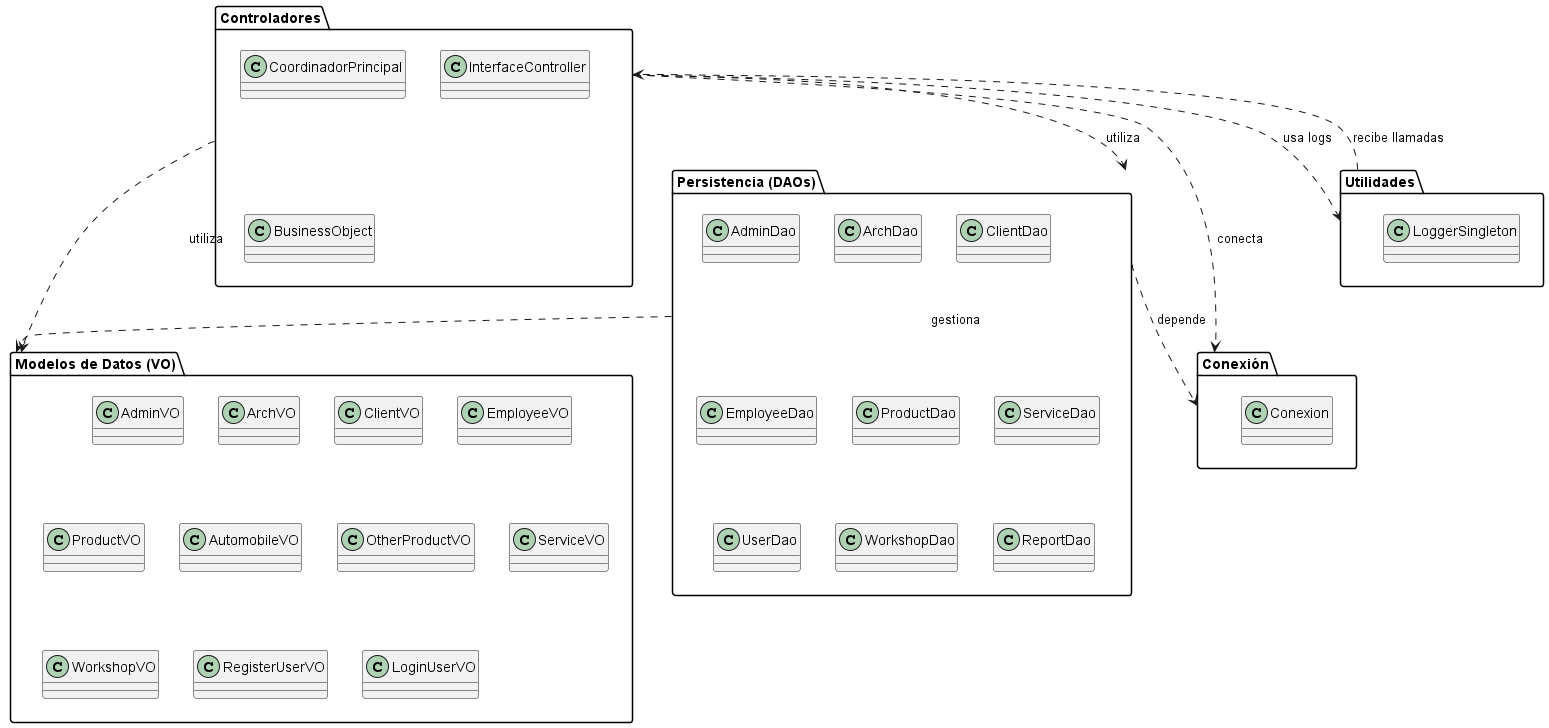
This is out/diagrama_paquetes.png from Mig501/IngSw, a PlantUML export, as it was before one commit. Its diagram source:
```plantuml
@startuml diagrama_paquetes

package "Controladores" {
    class CoordinadorPrincipal
    class InterfaceController
    class BusinessObject
}

package "Persistencia (DAOs)" {
    class AdminDao
    class ArchDao
    class ClientDao
    class EmployeeDao
    class ProductDao
    class ServiceDao
    class UserDao
    class WorkshopDao
    class ReportDao
}

package "Modelos de Datos (VO)" {
    class AdminVO
    class ArchVO
    class ClientVO
    class EmployeeVO
    class ProductVO
    class AutomobileVO
    class OtherProductVO
    class ServiceVO
    class WorkshopVO
    class RegisterUserVO
    class LoginUserVO
}

package "Utilidades" {
    class LoggerSingleton
}

package "Conexión" {
    class Conexion
}

"Controladores" ..> "Persistencia (DAOs)" : utiliza
"Controladores" ..> "Modelos de Datos (VO)" : utiliza
"Persistencia (DAOs)" ..> "Modelos de Datos (VO)" : gestiona
"Controladores" ..> "Conexión" : conecta
"Persistencia (DAOs)" ..> "Conexión" : depende
"Controladores" ..> "Utilidades" : usa logs
"Utilidades" ..> "Controladores" : recibe llamadas

@enduml
```
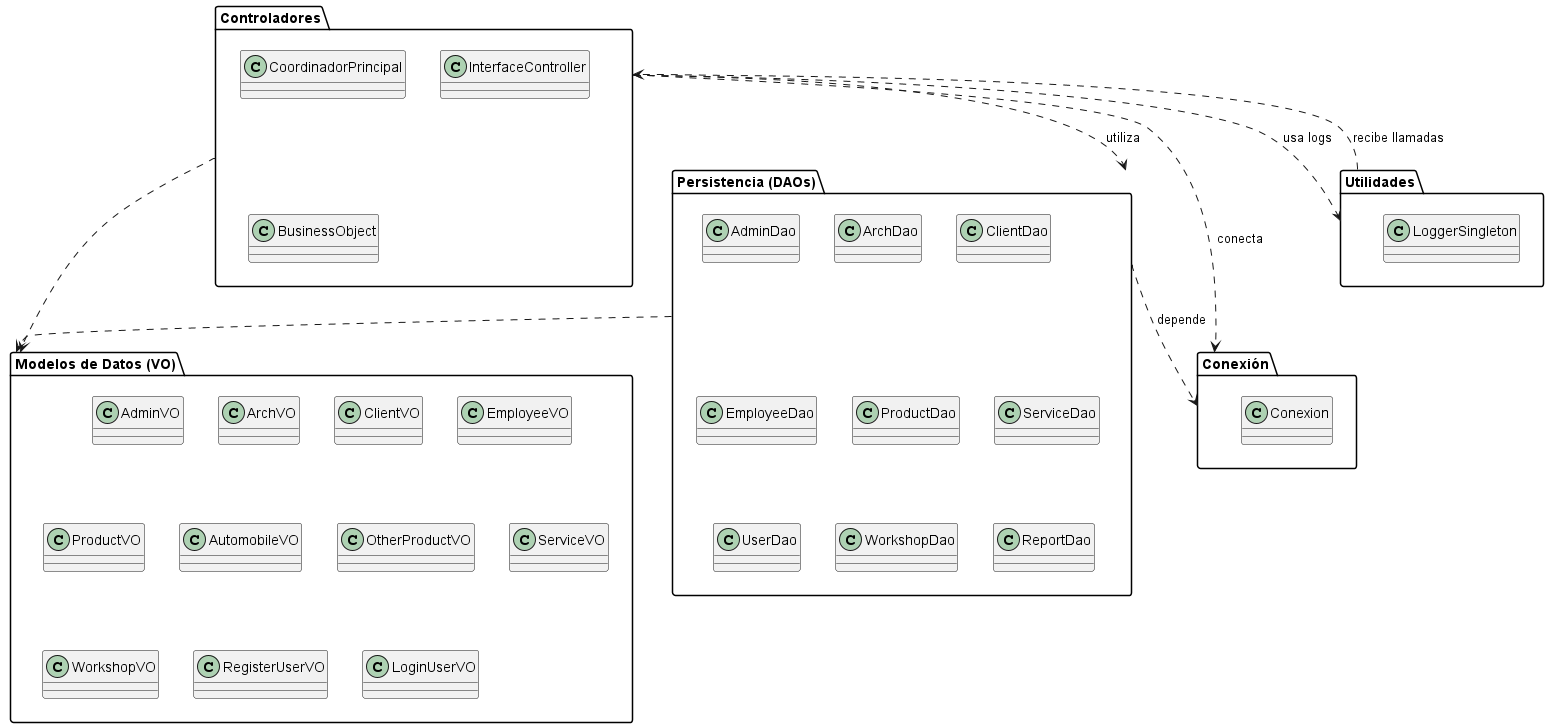
Later version of the same file.

Commit message:
diagrama de paquetes del proyecto de software

Change to the diagram source:
```diff
@@ -41,8 +41,8 @@
 }
 
 "Controladores" ..> "Persistencia (DAOs)" : utiliza
-"Controladores" ..> "Modelos de Datos (VO)" : utiliza
-"Persistencia (DAOs)" ..> "Modelos de Datos (VO)" : gestiona
+"Controladores" ..> "Modelos de Datos (VO)"
+"Persistencia (DAOs)" ..> "Modelos de Datos (VO)"
 "Controladores" ..> "Conexión" : conecta
 "Persistencia (DAOs)" ..> "Conexión" : depende
 "Controladores" ..> "Utilidades" : usa logs
```
